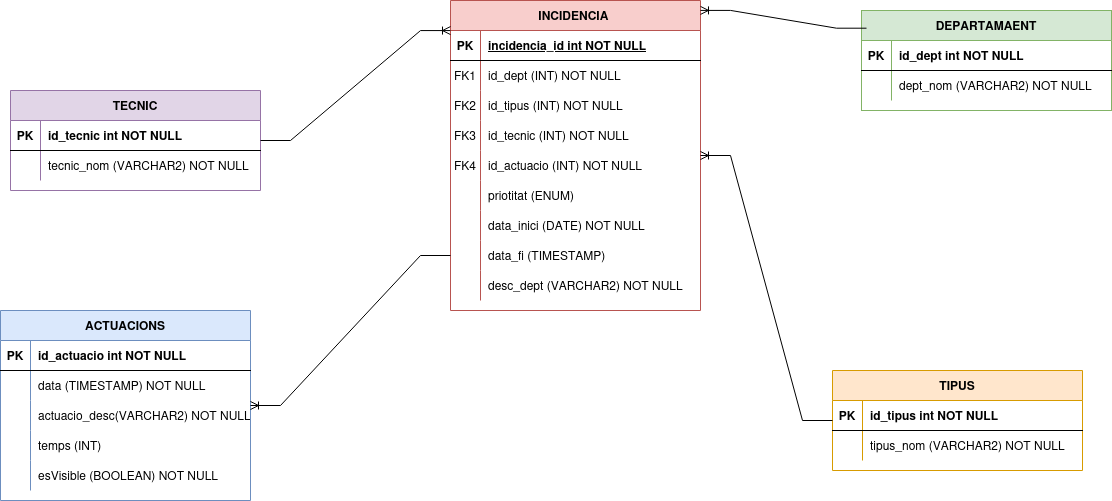
This is assets/modelER_incidencia.drawio.png from inspedralbes/projecte-1daw-25-26-daw1pj_patri_jc, a draw.io export, as it was before one commit. Source tidied: cells renumbered, new cells last; positions are measured from the earlier drawing's top-left corner, leaving out a move shared by most shapes.
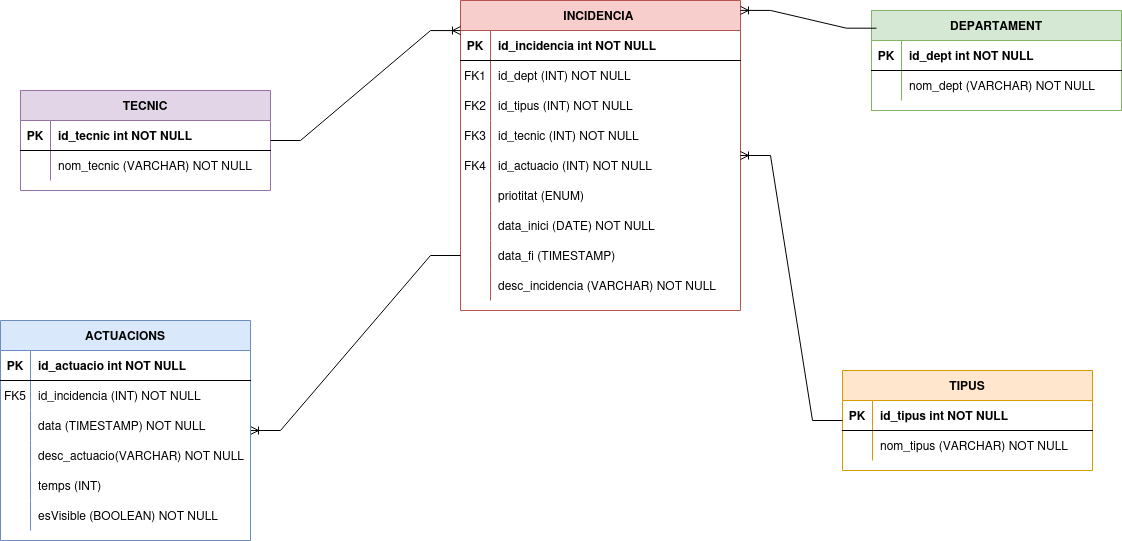
The same file after the commit.

Change to the diagram source:
```diff
@@ -2,7 +2,7 @@
   <root>
     <mxCell id="0" />
     <mxCell id="1" parent="0" />
-    <mxCell id="2" value="DEPARTAMAENT" style="shape=table;startSize=30;rowLines=0;fontStyle=1;align=center;fillColor=#d5e8d4;strokeColor=#82b366;" parent="1" vertex="1">
+    <mxCell id="2" value="DEPARTAMENT" style="shape=table;startSize=30;rowLines=0;fontStyle=1;align=center;fillColor=#d5e8d4;strokeColor=#82b366;" parent="1" vertex="1">
       <mxGeometry x="861" y="10" width="250" height="100" as="geometry" />
     </mxCell>
     <mxCell id="3" style="shape=partialRectangle;fillColor=none;top=0;left=0;right=0;bottom=1;" parent="2" vertex="1">
@@ -20,92 +20,92 @@
     <mxCell id="7" style="shape=partialRectangle;overflow=hidden;fillColor=none;top=0;left=0;bottom=0;right=0;" parent="6" vertex="1">
       <mxGeometry width="30" height="30" as="geometry" />
     </mxCell>
-    <mxCell id="8" value="dept_nom (VARCHAR2) NOT NULL" style="shape=partialRectangle;overflow=hidden;fillColor=none;top=0;left=0;bottom=0;right=0;align=left;spacingLeft=6;" parent="6" vertex="1">
+    <mxCell id="8" value="nom_dept (VARCHAR) NOT NULL" style="shape=partialRectangle;overflow=hidden;fillColor=none;top=0;left=0;bottom=0;right=0;align=left;spacingLeft=6;" parent="6" vertex="1">
       <mxGeometry x="30" width="220" height="30" as="geometry" />
     </mxCell>
     <mxCell id="9" value="INCIDENCIA " style="shape=table;startSize=30;rowLines=0;fontStyle=1;align=center;fillColor=#f8cecc;strokeColor=#b85450;" parent="1" vertex="1">
-      <mxGeometry x="450" width="250" height="310" as="geometry" />
+      <mxGeometry x="450" width="280" height="310" as="geometry" />
     </mxCell>
     <mxCell id="10" style="shape=partialRectangle;fillColor=none;top=0;left=0;right=0;bottom=1;" parent="9" vertex="1">
-      <mxGeometry y="30" width="250" height="30" as="geometry" />
+      <mxGeometry y="30" width="280" height="30" as="geometry" />
     </mxCell>
     <mxCell id="11" value="PK" style="shape=partialRectangle;overflow=hidden;fillColor=none;top=0;left=0;bottom=0;right=0;fontStyle=1;" parent="10" vertex="1">
       <mxGeometry width="30" height="30" as="geometry" />
     </mxCell>
-    <mxCell id="12" value="incidencia_id int NOT NULL " style="shape=partialRectangle;overflow=hidden;fillColor=none;top=0;left=0;bottom=0;right=0;align=left;spacingLeft=6;fontStyle=5;" parent="10" vertex="1">
-      <mxGeometry x="30" width="220" height="30" as="geometry" />
+    <mxCell id="12" value="id_incidencia int NOT NULL " style="shape=partialRectangle;overflow=hidden;fillColor=none;top=0;left=0;bottom=0;right=0;align=left;spacingLeft=6;fontStyle=1;" parent="10" vertex="1">
+      <mxGeometry x="30" width="250" height="30" as="geometry" />
     </mxCell>
     <mxCell id="13" style="shape=partialRectangle;fillColor=none;top=0;left=0;right=0;bottom=0;" parent="9" vertex="1">
-      <mxGeometry y="60" width="250" height="30" as="geometry" />
+      <mxGeometry y="60" width="280" height="30" as="geometry" />
     </mxCell>
     <mxCell id="14" value="FK1" style="shape=partialRectangle;overflow=hidden;fillColor=none;top=0;left=0;bottom=0;right=0;" parent="13" vertex="1">
       <mxGeometry width="30" height="30" as="geometry" />
     </mxCell>
     <mxCell id="15" value="id_dept (INT) NOT NULL" style="shape=partialRectangle;overflow=hidden;fillColor=none;top=0;left=0;bottom=0;right=0;align=left;spacingLeft=6;" parent="13" vertex="1">
-      <mxGeometry x="30" width="220" height="30" as="geometry" />
+      <mxGeometry x="30" width="250" height="30" as="geometry" />
     </mxCell>
     <mxCell id="16" style="shape=partialRectangle;fillColor=none;top=0;left=0;right=0;bottom=0;" parent="9" vertex="1">
-      <mxGeometry y="90" width="250" height="30" as="geometry" />
+      <mxGeometry y="90" width="280" height="30" as="geometry" />
     </mxCell>
     <mxCell id="17" value="FK2" style="shape=partialRectangle;overflow=hidden;fillColor=none;top=0;left=0;bottom=0;right=0;" parent="16" vertex="1">
       <mxGeometry width="30" height="30" as="geometry" />
     </mxCell>
     <mxCell id="18" value="id_tipus (INT) NOT NULL " style="shape=partialRectangle;overflow=hidden;fillColor=none;top=0;left=0;bottom=0;right=0;align=left;spacingLeft=6;" parent="16" vertex="1">
-      <mxGeometry x="30" width="220" height="30" as="geometry" />
+      <mxGeometry x="30" width="250" height="30" as="geometry" />
     </mxCell>
     <mxCell id="19" style="shape=partialRectangle;fillColor=none;top=0;left=0;right=0;bottom=0;" parent="9" vertex="1">
-      <mxGeometry y="120" width="250" height="30" as="geometry" />
+      <mxGeometry y="120" width="280" height="30" as="geometry" />
     </mxCell>
     <mxCell id="20" value="FK3" style="shape=partialRectangle;overflow=hidden;fillColor=none;top=0;left=0;bottom=0;right=0;" parent="19" vertex="1">
       <mxGeometry width="30" height="30" as="geometry" />
     </mxCell>
     <mxCell id="21" value="id_tecnic (INT) NOT NULL" style="shape=partialRectangle;overflow=hidden;fillColor=none;top=0;left=0;bottom=0;right=0;align=left;spacingLeft=6;" parent="19" vertex="1">
-      <mxGeometry x="30" width="220" height="30" as="geometry" />
+      <mxGeometry x="30" width="250" height="30" as="geometry" />
     </mxCell>
     <mxCell id="22" style="shape=partialRectangle;fillColor=none;top=0;left=0;right=0;bottom=0;" parent="9" vertex="1">
-      <mxGeometry y="150" width="250" height="30" as="geometry" />
+      <mxGeometry y="150" width="280" height="30" as="geometry" />
     </mxCell>
     <mxCell id="23" value="FK4" style="shape=partialRectangle;overflow=hidden;fillColor=none;top=0;left=0;bottom=0;right=0;" parent="22" vertex="1">
       <mxGeometry width="30" height="30" as="geometry" />
     </mxCell>
     <mxCell id="24" value="id_actuacio (INT) NOT NULL" style="shape=partialRectangle;overflow=hidden;fillColor=none;top=0;left=0;bottom=0;right=0;align=left;spacingLeft=6;" parent="22" vertex="1">
-      <mxGeometry x="30" width="220" height="30" as="geometry" />
+      <mxGeometry x="30" width="250" height="30" as="geometry" />
     </mxCell>
     <mxCell id="25" style="shape=partialRectangle;fillColor=none;top=0;left=0;right=0;bottom=0;" parent="9" vertex="1">
-      <mxGeometry y="180" width="250" height="30" as="geometry" />
+      <mxGeometry y="180" width="280" height="30" as="geometry" />
     </mxCell>
     <mxCell id="26" style="shape=partialRectangle;overflow=hidden;fillColor=none;top=0;left=0;bottom=0;right=0;" parent="25" vertex="1">
       <mxGeometry width="30" height="30" as="geometry" />
     </mxCell>
     <mxCell id="27" value="priotitat (ENUM)" style="shape=partialRectangle;overflow=hidden;fillColor=none;top=0;left=0;bottom=0;right=0;align=left;spacingLeft=6;" parent="25" vertex="1">
-      <mxGeometry x="30" width="220" height="30" as="geometry" />
+      <mxGeometry x="30" width="250" height="30" as="geometry" />
     </mxCell>
     <mxCell id="28" style="shape=partialRectangle;fillColor=none;top=0;left=0;right=0;bottom=0;" parent="9" vertex="1">
-      <mxGeometry y="210" width="250" height="30" as="geometry" />
+      <mxGeometry y="210" width="280" height="30" as="geometry" />
     </mxCell>
     <mxCell id="29" style="shape=partialRectangle;overflow=hidden;fillColor=none;top=0;left=0;bottom=0;right=0;" parent="28" vertex="1">
       <mxGeometry width="30" height="30" as="geometry" />
     </mxCell>
     <mxCell id="30" value="data_inici (DATE) NOT NULL" style="shape=partialRectangle;overflow=hidden;fillColor=none;top=0;left=0;bottom=0;right=0;align=left;spacingLeft=6;" parent="28" vertex="1">
-      <mxGeometry x="30" width="220" height="30" as="geometry" />
+      <mxGeometry x="30" width="250" height="30" as="geometry" />
     </mxCell>
     <mxCell id="31" style="shape=partialRectangle;fillColor=none;points=[[0,0.5],[1,0.5]];portConstraint=eastwest;top=0;left=0;right=0;bottom=0;" parent="9" vertex="1">
-      <mxGeometry y="240" width="250" height="30" as="geometry" />
+      <mxGeometry y="240" width="280" height="30" as="geometry" />
     </mxCell>
     <mxCell id="32" style="shape=partialRectangle;overflow=hidden;fillColor=none;top=0;left=0;bottom=0;right=0;" parent="31" vertex="1">
       <mxGeometry width="30" height="30" as="geometry" />
     </mxCell>
     <mxCell id="33" value="data_fi (TIMESTAMP)" style="shape=partialRectangle;overflow=hidden;fillColor=none;top=0;left=0;bottom=0;right=0;align=left;spacingLeft=6;" parent="31" vertex="1">
-      <mxGeometry x="30" width="220" height="30" as="geometry" />
+      <mxGeometry x="30" width="250" height="30" as="geometry" />
     </mxCell>
     <mxCell id="34" style="shape=partialRectangle;fillColor=none;top=0;left=0;right=0;bottom=0;" parent="9" vertex="1">
-      <mxGeometry y="270" width="250" height="30" as="geometry" />
+      <mxGeometry y="270" width="280" height="30" as="geometry" />
     </mxCell>
     <mxCell id="35" style="shape=partialRectangle;overflow=hidden;fillColor=none;top=0;left=0;bottom=0;right=0;" parent="34" vertex="1">
       <mxGeometry width="30" height="30" as="geometry" />
     </mxCell>
-    <mxCell id="36" value="desc_dept (VARCHAR2) NOT NULL" style="shape=partialRectangle;overflow=hidden;fillColor=none;top=0;left=0;bottom=0;right=0;align=left;spacingLeft=6;" parent="34" vertex="1">
-      <mxGeometry x="30" width="220" height="30" as="geometry" />
+    <mxCell id="36" value="desc_incidencia (VARCHAR) NOT NULL" style="shape=partialRectangle;overflow=hidden;fillColor=none;top=0;left=0;bottom=0;right=0;align=left;spacingLeft=6;" parent="34" vertex="1">
+      <mxGeometry x="30" width="250" height="30" as="geometry" />
     </mxCell>
     <mxCell id="37" value="TIPUS" style="shape=table;startSize=30;rowLines=0;fontStyle=1;align=center;fillColor=#ffe6cc;strokeColor=#d79b00;" parent="1" vertex="1">
       <mxGeometry x="832" y="370" width="250" height="100" as="geometry" />
@@ -125,7 +125,7 @@
     <mxCell id="42" style="shape=partialRectangle;overflow=hidden;fillColor=none;top=0;left=0;bottom=0;right=0;" parent="41" vertex="1">
       <mxGeometry width="30" height="30" as="geometry" />
     </mxCell>
-    <mxCell id="43" value="tipus_nom (VARCHAR2) NOT NULL" style="shape=partialRectangle;overflow=hidden;fillColor=none;top=0;left=0;bottom=0;right=0;align=left;spacingLeft=6;" parent="41" vertex="1">
+    <mxCell id="43" value="nom_tipus (VARCHAR) NOT NULL" style="shape=partialRectangle;overflow=hidden;fillColor=none;top=0;left=0;bottom=0;right=0;align=left;spacingLeft=6;" parent="41" vertex="1">
       <mxGeometry x="30" width="220" height="30" as="geometry" />
     </mxCell>
     <mxCell id="44" value="TECNIC" style="shape=table;startSize=30;rowLines=0;fontStyle=1;align=center;fillColor=#e1d5e7;strokeColor=#9673a6;" parent="1" vertex="1">
@@ -146,11 +146,23 @@
     <mxCell id="49" style="shape=partialRectangle;overflow=hidden;fillColor=none;top=0;left=0;bottom=0;right=0;" parent="48" vertex="1">
       <mxGeometry width="30" height="30" as="geometry" />
     </mxCell>
-    <mxCell id="50" value="tecnic_nom (VARCHAR2) NOT NULL" style="shape=partialRectangle;overflow=hidden;fillColor=none;top=0;left=0;bottom=0;right=0;align=left;spacingLeft=6;" parent="48" vertex="1">
+    <mxCell id="50" value="nom_tecnic (VARCHAR) NOT NULL" style="shape=partialRectangle;overflow=hidden;fillColor=none;top=0;left=0;bottom=0;right=0;align=left;spacingLeft=6;" parent="48" vertex="1">
       <mxGeometry x="30" width="220" height="30" as="geometry" />
     </mxCell>
+    <mxCell id="67" style="edgeStyle=entityRelationEdgeStyle;fontSize=12;html=1;endArrow=ERoneToMany;rounded=0;exitX=0.02;exitY=0.177;exitDx=0;exitDy=0;entryX=1;entryY=0.032;entryDx=0;entryDy=0;entryPerimeter=0;exitPerimeter=0;" parent="1" edge="1" source="2" target="9">
+      <mxGeometry relative="1" as="geometry" />
+    </mxCell>
+    <mxCell id="68" style="edgeStyle=entityRelationEdgeStyle;fontSize=12;html=1;endArrow=ERoneToMany;rounded=0;" parent="1" edge="1" source="37" target="9">
+      <mxGeometry relative="1" as="geometry" />
+    </mxCell>
+    <mxCell id="69" style="edgeStyle=entityRelationEdgeStyle;fontSize=12;html=1;endArrow=ERoneToMany;rounded=0;entryX=0;entryY=0.097;entryDx=0;entryDy=0;entryPerimeter=0;" parent="1" edge="1" source="44" target="9">
+      <mxGeometry relative="1" as="geometry" />
+    </mxCell>
+    <mxCell id="70" style="edgeStyle=entityRelationEdgeStyle;fontSize=12;html=1;endArrow=ERoneToMany;rounded=0;exitX=0;exitY=0.5;exitDx=0;exitDy=0;" parent="1" edge="1" source="31" target="51">
+      <mxGeometry relative="1" as="geometry" />
+    </mxCell>
     <mxCell id="51" value="ACTUACIONS" style="shape=table;startSize=30;rowLines=0;fontStyle=1;align=center;fillColor=#dae8fc;strokeColor=#6c8ebf;" parent="1" vertex="1">
-      <mxGeometry y="310" width="250" height="190" as="geometry" />
+      <mxGeometry x="-10" y="320" width="250" height="220" as="geometry" />
     </mxCell>
     <mxCell id="52" style="shape=partialRectangle;fillColor=none;top=0;left=0;right=0;bottom=1;" parent="51" vertex="1">
       <mxGeometry y="30" width="250" height="30" as="geometry" />
@@ -161,8 +173,17 @@
     <mxCell id="54" value="id_actuacio int NOT NULL " style="shape=partialRectangle;overflow=hidden;fillColor=none;top=0;left=0;bottom=0;right=0;align=left;spacingLeft=6;fontStyle=1;" parent="52" vertex="1">
       <mxGeometry x="30" width="220" height="30" as="geometry" />
     </mxCell>
+    <mxCell id="71" style="shape=partialRectangle;fillColor=none;top=0;left=0;right=0;bottom=0;" parent="51" vertex="1">
+      <mxGeometry y="60" width="250" height="30" as="geometry" />
+    </mxCell>
+    <mxCell id="72" value="FK5" style="shape=partialRectangle;overflow=hidden;fillColor=none;top=0;left=0;bottom=0;right=0;" parent="71" vertex="1">
+      <mxGeometry width="30" height="30" as="geometry" />
+    </mxCell>
+    <mxCell id="73" value="id_incidencia (INT) NOT NULL" style="shape=partialRectangle;overflow=hidden;fillColor=none;top=0;left=0;bottom=0;right=0;align=left;spacingLeft=6;" parent="71" vertex="1">
+      <mxGeometry x="30" width="220" height="30" as="geometry" />
+    </mxCell>
     <mxCell id="55" style="shape=partialRectangle;fillColor=none;top=0;left=0;right=0;bottom=0;" parent="51" vertex="1">
-      <mxGeometry y="60" width="250" height="30" as="geometry" />
+      <mxGeometry y="90" width="250" height="30" as="geometry" />
     </mxCell>
     <mxCell id="56" style="shape=partialRectangle;overflow=hidden;fillColor=none;top=0;left=0;bottom=0;right=0;" parent="55" vertex="1">
       <mxGeometry width="30" height="30" as="geometry" />
@@ -171,16 +192,16 @@
       <mxGeometry x="30" width="220" height="30" as="geometry" />
     </mxCell>
     <mxCell id="58" style="shape=partialRectangle;fillColor=none;top=0;left=0;right=0;bottom=0;" parent="51" vertex="1">
-      <mxGeometry y="90" width="250" height="30" as="geometry" />
+      <mxGeometry y="120" width="250" height="30" as="geometry" />
     </mxCell>
     <mxCell id="59" style="shape=partialRectangle;overflow=hidden;fillColor=none;top=0;left=0;bottom=0;right=0;" parent="58" vertex="1">
       <mxGeometry width="30" height="30" as="geometry" />
     </mxCell>
-    <mxCell id="60" value="actuacio_desc(VARCHAR2) NOT NULL" style="shape=partialRectangle;overflow=hidden;fillColor=none;top=0;left=0;bottom=0;right=0;align=left;spacingLeft=6;" parent="58" vertex="1">
+    <mxCell id="60" value="desc_actuacio(VARCHAR) NOT NULL" style="shape=partialRectangle;overflow=hidden;fillColor=none;top=0;left=0;bottom=0;right=0;align=left;spacingLeft=6;" parent="58" vertex="1">
       <mxGeometry x="30" width="220" height="30" as="geometry" />
     </mxCell>
     <mxCell id="61" style="shape=partialRectangle;fillColor=none;top=0;left=0;right=0;bottom=0;" parent="51" vertex="1">
-      <mxGeometry y="120" width="250" height="30" as="geometry" />
+      <mxGeometry y="150" width="250" height="30" as="geometry" />
     </mxCell>
     <mxCell id="62" style="shape=partialRectangle;overflow=hidden;fillColor=none;top=0;left=0;bottom=0;right=0;" parent="61" vertex="1">
       <mxGeometry width="30" height="30" as="geometry" />
@@ -189,7 +210,7 @@
       <mxGeometry x="30" width="220" height="30" as="geometry" />
     </mxCell>
     <mxCell id="64" style="shape=partialRectangle;fillColor=none;top=0;left=0;right=0;bottom=0;" parent="51" vertex="1">
-      <mxGeometry y="150" width="250" height="30" as="geometry" />
+      <mxGeometry y="180" width="250" height="30" as="geometry" />
     </mxCell>
     <mxCell id="65" style="shape=partialRectangle;overflow=hidden;fillColor=none;top=0;left=0;bottom=0;right=0;" parent="64" vertex="1">
       <mxGeometry width="30" height="30" as="geometry" />
@@ -197,17 +218,5 @@
     <mxCell id="66" value="esVisible (BOOLEAN) NOT NULL" style="shape=partialRectangle;overflow=hidden;fillColor=none;top=0;left=0;bottom=0;right=0;align=left;spacingLeft=6;" parent="64" vertex="1">
       <mxGeometry x="30" width="220" height="30" as="geometry" />
     </mxCell>
-    <mxCell id="67" style="edgeStyle=entityRelationEdgeStyle;fontSize=12;html=1;endArrow=ERoneToMany;rounded=0;exitX=0.02;exitY=0.177;exitDx=0;exitDy=0;entryX=1;entryY=0.032;entryDx=0;entryDy=0;entryPerimeter=0;exitPerimeter=0;" parent="1" edge="1" source="2" target="9">
-      <mxGeometry relative="1" as="geometry" />
-    </mxCell>
-    <mxCell id="68" style="edgeStyle=entityRelationEdgeStyle;fontSize=12;html=1;endArrow=ERoneToMany;rounded=0;" parent="1" edge="1" source="37" target="9">
-      <mxGeometry relative="1" as="geometry" />
-    </mxCell>
-    <mxCell id="69" style="edgeStyle=entityRelationEdgeStyle;fontSize=12;html=1;endArrow=ERoneToMany;rounded=0;entryX=0;entryY=0.097;entryDx=0;entryDy=0;entryPerimeter=0;" parent="1" edge="1" source="44" target="9">
-      <mxGeometry relative="1" as="geometry" />
-    </mxCell>
-    <mxCell id="70" style="edgeStyle=entityRelationEdgeStyle;fontSize=12;html=1;endArrow=ERoneToMany;rounded=0;exitX=0;exitY=0.5;exitDx=0;exitDy=0;" parent="1" edge="1" source="31" target="51">
-      <mxGeometry relative="1" as="geometry" />
-    </mxCell>
   </root>
 </mxGraphModel>
```
